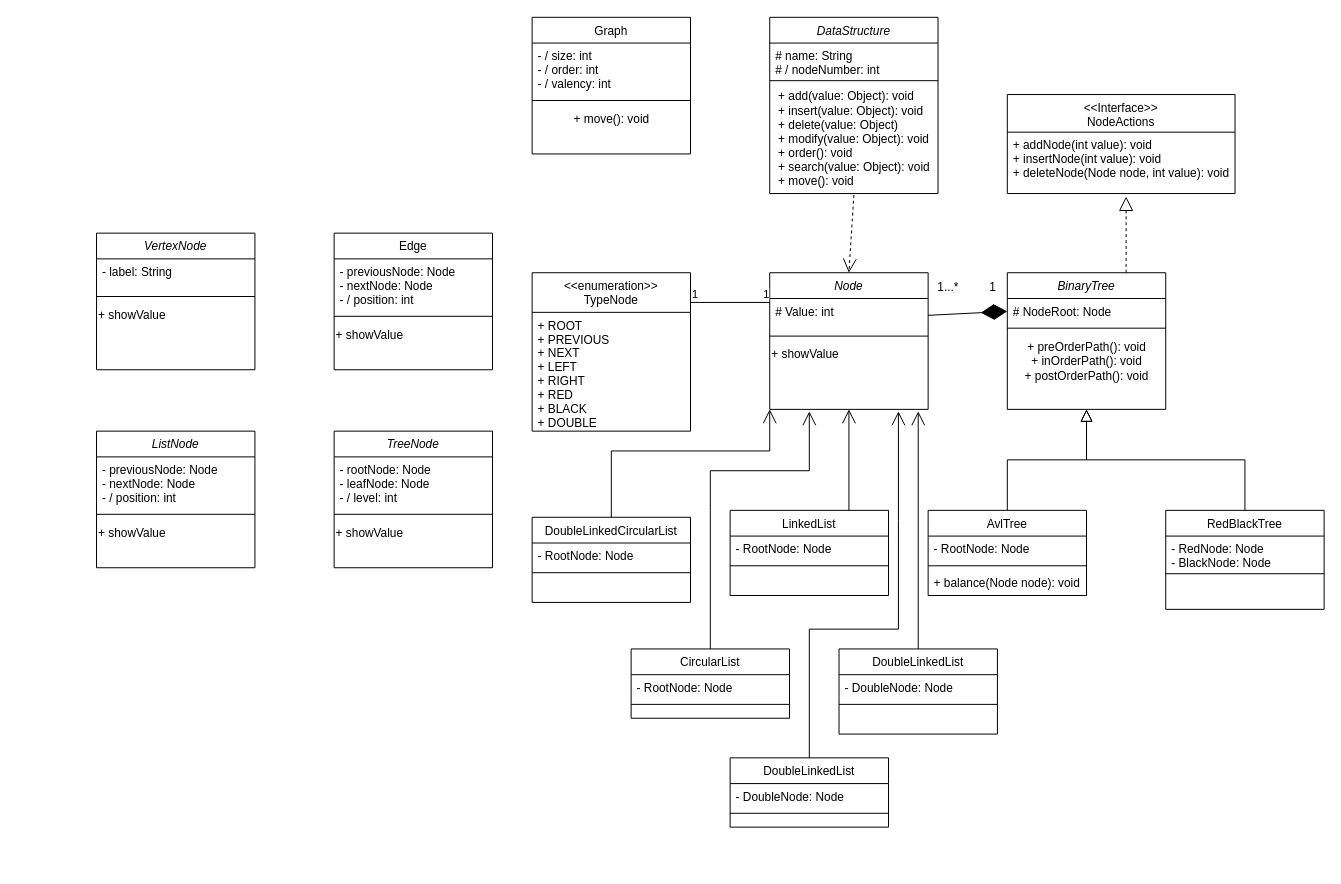
Above: BinaryTreeUMLDiagram.drawio in GabrielCevallos/DataBase (draw.io), before the change. Source tidied: cells renumbered, new cells numbered last; positions are measured from the earlier drawing's top-left corner, leaving out a move shared by most shapes. Both pictures are drawn from the tidied source at 99%, with x=0, y=0 at pixel (96, 17).
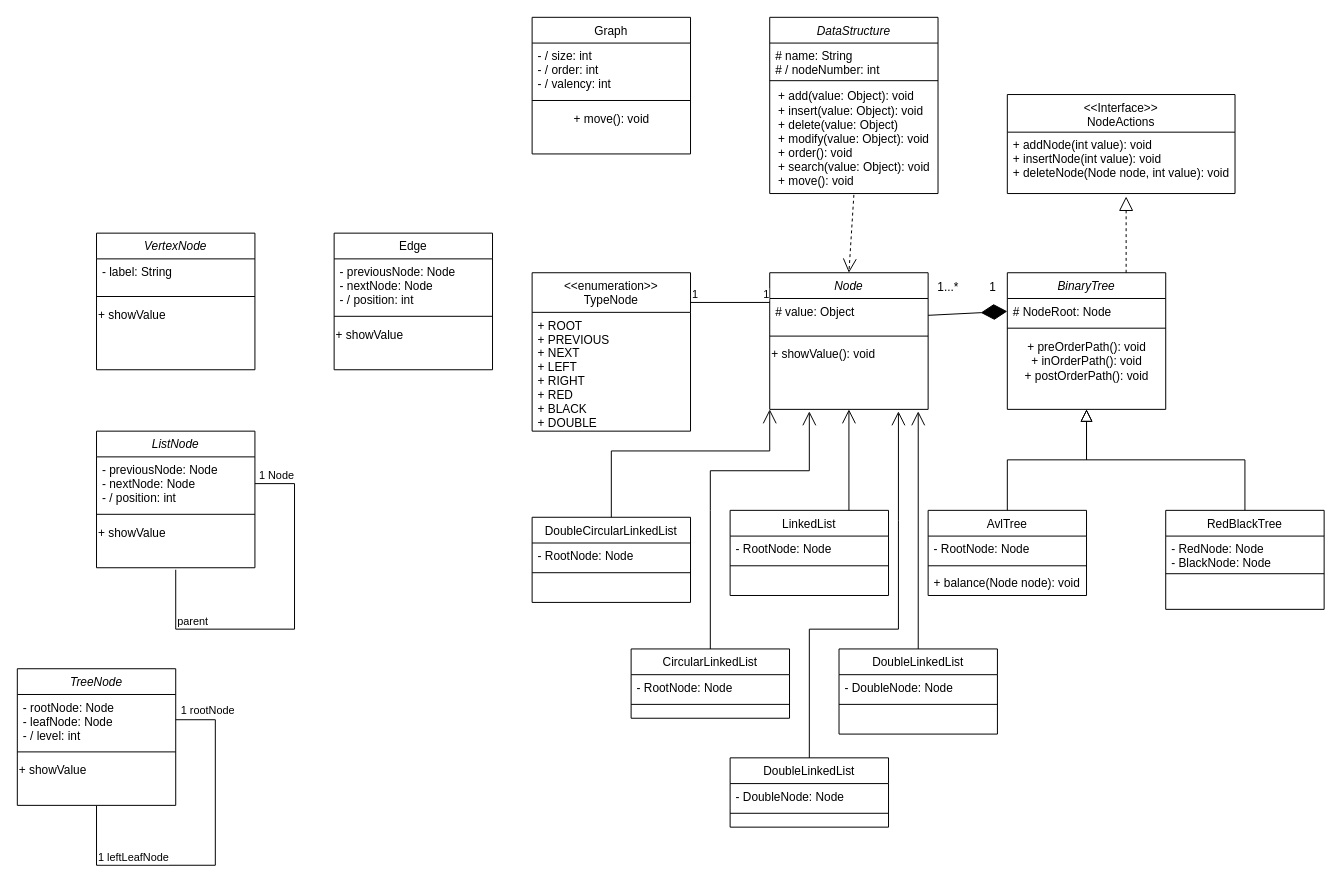
After the change.

Unchanged cells that the change refers to:
```xml
<mxCell id="15" value="Node" style="swimlane;fontStyle=2;align=center;verticalAlign=top;horizontal=1;startSize=26;rounded=0;shadow=0;strokeWidth=1;" parent="1" vertex="1">
  <mxGeometry x="680" y="258" width="160" height="138" as="geometry" />
</mxCell>
<mxCell id="64" value="- previousNode: Node&#10;- nextNode: Node&#10;- / position: int" style="text;align=left;verticalAlign=top;spacingLeft=4;spacingRight=4;overflow=hidden;points=[[0,0.5],[1,0.5]];portConstraint=eastwest;" parent="63" vertex="1">
  <mxGeometry y="26" width="160" height="54" as="geometry" />
</mxCell>
```

Diff of the diagram source:
```diff
@@
-    <mxCell id="16" value="# Value: int" style="text;align=left;verticalAlign=top;spacingLeft=4;spacingRight=4;overflow=hidden;points=[[0,0.5],[1,0.5]];portConstraint=eastwest;" parent="15" vertex="1">
+    <mxCell id="16" value="# value: Object" style="text;align=left;verticalAlign=top;spacingLeft=4;spacingRight=4;overflow=hidden;points=[[0,0.5],[1,0.5]];portConstraint=eastwest;" parent="15" vertex="1">
       <mxGeometry y="26" width="160" height="34" as="geometry" />
     </mxCell>
@@
-    <mxCell id="18" value="&lt;div style=&quot;text-align: justify;&quot;&gt;&lt;span style=&quot;background-color: initial;&quot;&gt;+ showValue&lt;/span&gt;&lt;/div&gt;" style="text;html=1;align=left;verticalAlign=middle;strokeColor=none;fillColor=none;" parent="15" vertex="1">
+    <mxCell id="18" value="&lt;div style=&quot;text-align: justify;&quot;&gt;&lt;span style=&quot;background-color: initial;&quot;&gt;+ showValue(): void&lt;/span&gt;&lt;/div&gt;" style="text;html=1;align=left;verticalAlign=middle;strokeColor=none;fillColor=none;" parent="15" vertex="1">
       <mxGeometry y="68" width="160" height="30" as="geometry" />
     </mxCell>
@@
-    <mxCell id="32" value="CircularList" style="swimlane;fontStyle=0;align=center;verticalAlign=top;horizontal=1;startSize=26;rounded=0;shadow=0;strokeWidth=1;" parent="1" vertex="1">
+    <mxCell id="32" value="CircularLinkedList" style="swimlane;fontStyle=0;align=center;verticalAlign=top;horizontal=1;startSize=26;rounded=0;shadow=0;strokeWidth=1;" parent="1" vertex="1">
       <mxGeometry x="540" y="638" width="160" height="70" as="geometry" />
     </mxCell>
@@
-    <mxCell id="35" value="DoubleLinkedCircularList" style="swimlane;fontStyle=0;align=center;verticalAlign=top;horizontal=1;startSize=26;rounded=0;shadow=0;strokeWidth=1;" parent="1" vertex="1">
+    <mxCell id="35" value="DoubleCircularLinkedList" style="swimlane;fontStyle=0;align=center;verticalAlign=top;horizontal=1;startSize=26;rounded=0;shadow=0;strokeWidth=1;" parent="1" vertex="1">
       <mxGeometry x="440" y="505" width="160" height="86" as="geometry" />
     </mxCell>
@@
     <mxCell id="59" value="TreeNode" style="swimlane;fontStyle=2;align=center;verticalAlign=top;horizontal=1;startSize=26;rounded=0;shadow=0;strokeWidth=1;" parent="1" vertex="1">
-      <mxGeometry x="240" y="418" width="160" height="138" as="geometry" />
+      <mxGeometry x="-80" y="658" width="160" height="138" as="geometry" />
     </mxCell>
@@
+    <mxCell id="75" style="endArrow=none;html=1;edgeStyle=orthogonalEdgeStyle;rounded=0;entryX=1;entryY=0.5;entryDx=0;entryDy=0;" parent="1" edge="1" target="64">
+      <mxGeometry relative="1" as="geometry">
+        <mxPoint x="80" y="558" as="sourcePoint" />
+        <Array as="points">
+          <mxPoint x="80" y="618" />
+          <mxPoint x="200" y="618" />
+          <mxPoint x="200" y="471" />
+        </Array>
+      </mxGeometry>
+    </mxCell>
+    <mxCell id="76" value="parent" style="edgeLabel;html=1;align=left;verticalAlign=bottom;" parent="75" vertex="1">
+      <mxGeometry x="-1" relative="1" as="geometry">
+        <mxPoint y="60" as="offset" />
+      </mxGeometry>
+    </mxCell>
+    <mxCell id="77" value="1 Node" style="edgeLabel;html=1;align=right;verticalAlign=bottom;" parent="75" vertex="1">
+      <mxGeometry x="1" relative="1" as="geometry">
+        <mxPoint x="40" as="offset" />
+      </mxGeometry>
+    </mxCell>
+    <mxCell id="78" style="endArrow=none;html=1;edgeStyle=orthogonalEdgeStyle;rounded=0;entryX=1;entryY=0.5;entryDx=0;entryDy=0;" parent="1" edge="1">
+      <mxGeometry relative="1" as="geometry">
+        <mxPoint y="796.5" as="sourcePoint" />
+        <mxPoint x="80" y="709.5" as="targetPoint" />
+        <Array as="points">
+          <mxPoint y="856.5" />
+          <mxPoint x="120" y="856.5" />
+          <mxPoint x="120" y="709.5" />
+        </Array>
+      </mxGeometry>
+    </mxCell>
+    <mxCell id="79" value="1 leftLeafNode" style="edgeLabel;html=1;align=left;verticalAlign=bottom;" parent="78" vertex="1">
+      <mxGeometry x="-1" relative="1" as="geometry">
+        <mxPoint y="60" as="offset" />
+      </mxGeometry>
+    </mxCell>
+    <mxCell id="80" value="1 rootNode" style="edgeLabel;html=1;align=right;verticalAlign=bottom;" parent="78" vertex="1">
+      <mxGeometry x="1" relative="1" as="geometry">
+        <mxPoint x="60" y="-2" as="offset" />
+      </mxGeometry>
+    </mxCell>
```
